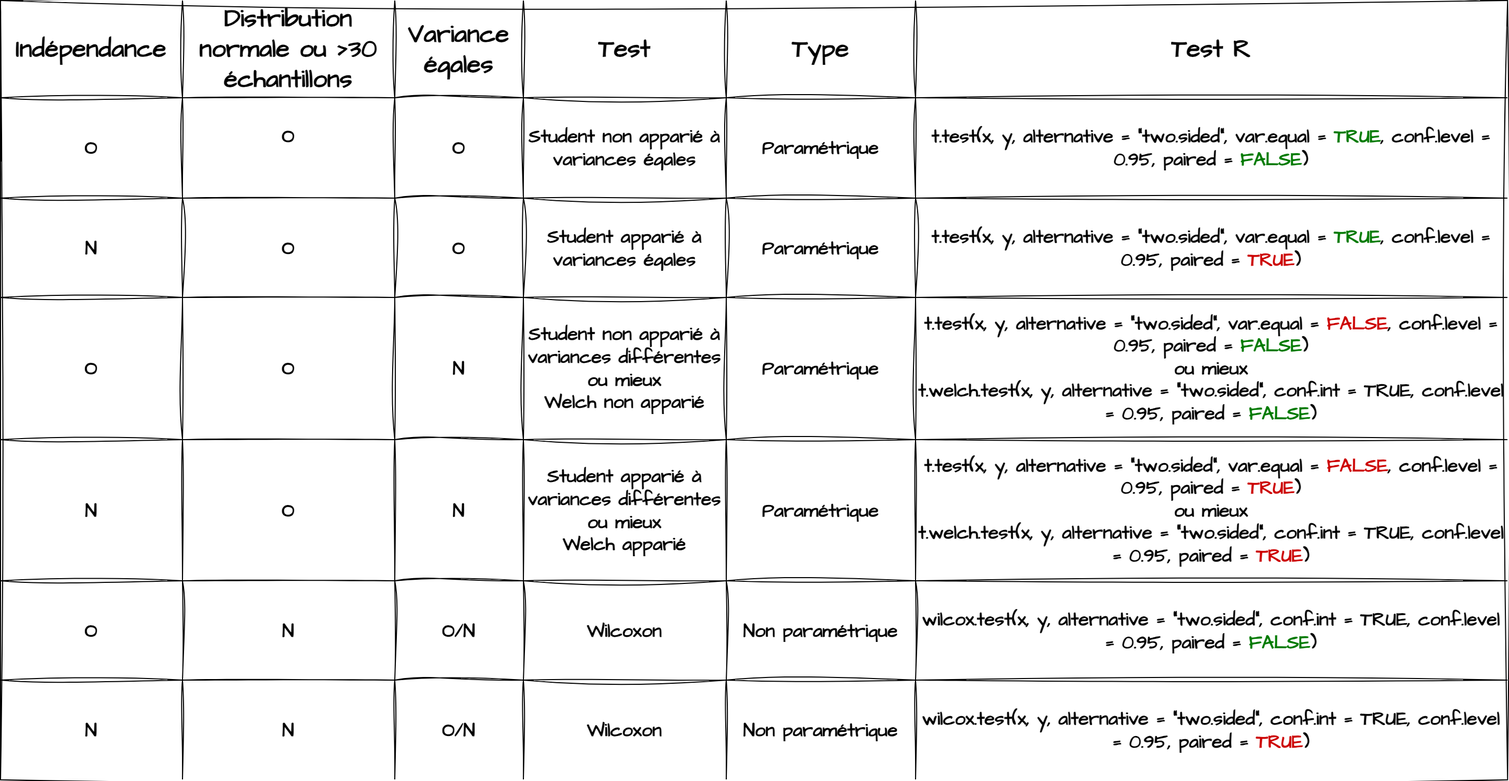
Earlier version of the draw.io export img/t-test-diagram.png (LouisManiere/statsmasterhbv). Source tidied: cells renumbered, new cells last; positions are measured from the earlier drawing's top-left corner, leaving out a move shared by most shapes.
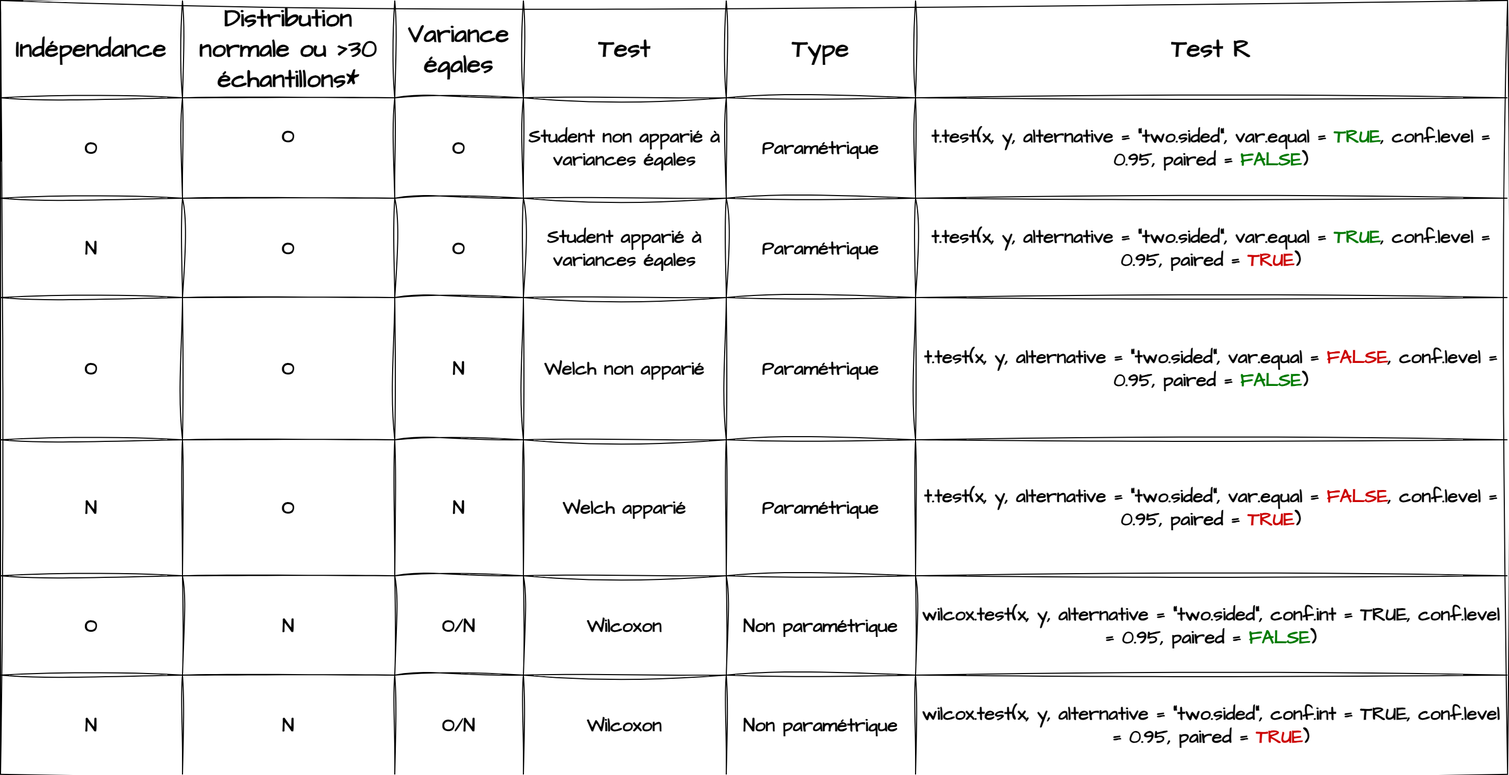
After the commit.

Diff of the diagram source:
```diff
@@ -3,7 +3,7 @@
     <mxCell id="0" />
     <mxCell id="1" parent="0" />
     <mxCell id="2" style="shape=table;startSize=0;fontSize=16;sketch=1;hachureGap=4;jiggle=2;curveFitting=1;fontFamily=Architects Daughter;fontSource=https%3A%2F%2Ffonts.googleapis.com%2Fcss%3Ffamily%3DArchitects%2BDaughter;" parent="1" vertex="1">
-      <mxGeometry width="1441.1" height="745.4" as="geometry" />
+      <mxGeometry width="1441.1" height="739.9" as="geometry" />
     </mxCell>
     <mxCell id="3" style="shape=tableRow;horizontal=0;startSize=0;swimlaneHead=0;swimlaneBody=0;strokeColor=inherit;top=0;left=0;bottom=0;right=0;fillColor=none;fontSize=16;sketch=1;hachureGap=4;jiggle=2;curveFitting=1;fontFamily=Architects Daughter;fontSource=https%3A%2F%2Ffonts.googleapis.com%2Fcss%3Ffamily%3DArchitects%2BDaughter;" parent="2" vertex="1">
       <mxGeometry width="1441.1" height="93" as="geometry" />
@@ -11,7 +11,7 @@
     <mxCell id="4" value="Indépendance" style="shape=partialRectangle;html=1;whiteSpace=wrap;strokeColor=inherit;overflow=hidden;fillColor=none;top=0;left=0;bottom=0;right=0;fontSize=24;sketch=1;hachureGap=4;jiggle=2;curveFitting=1;fontFamily=Architects Daughter;fontSource=https%3A%2F%2Ffonts.googleapis.com%2Fcss%3Ffamily%3DArchitects%2BDaughter;fontStyle=1;" parent="3" vertex="1">
       <mxGeometry width="174" height="93" as="geometry" />
     </mxCell>
-    <mxCell id="5" value="Distribution normale &lt;span style=&quot;font-size: 24px;&quot;&gt;ou &lt;/span&gt;&amp;gt;30 échantillons" style="shape=partialRectangle;html=1;whiteSpace=wrap;strokeColor=inherit;overflow=hidden;fillColor=none;top=0;left=0;bottom=0;right=0;fontSize=24;sketch=1;hachureGap=4;jiggle=2;curveFitting=1;fontFamily=Architects Daughter;fontSource=https%3A%2F%2Ffonts.googleapis.com%2Fcss%3Ffamily%3DArchitects%2BDaughter;fontStyle=1;" parent="3" vertex="1">
+    <mxCell id="5" value="Distribution normale &lt;span style=&quot;font-size: 24px;&quot;&gt;ou &lt;/span&gt;&amp;gt;30 échantillons*" style="shape=partialRectangle;html=1;whiteSpace=wrap;strokeColor=inherit;overflow=hidden;fillColor=none;top=0;left=0;bottom=0;right=0;fontSize=24;sketch=1;hachureGap=4;jiggle=2;curveFitting=1;fontFamily=Architects Daughter;fontSource=https%3A%2F%2Ffonts.googleapis.com%2Fcss%3Ffamily%3DArchitects%2BDaughter;fontStyle=1;" parent="3" vertex="1">
       <mxGeometry x="174" width="203" height="93" as="geometry" />
     </mxCell>
     <mxCell id="6" value="Variance égales" style="shape=partialRectangle;html=1;whiteSpace=wrap;strokeColor=inherit;overflow=hidden;fillColor=none;top=0;left=0;bottom=0;right=0;fontSize=24;sketch=1;hachureGap=4;jiggle=2;curveFitting=1;fontFamily=Architects Daughter;fontSource=https%3A%2F%2Ffonts.googleapis.com%2Fcss%3Ffamily%3DArchitects%2BDaughter;fontStyle=1;" parent="3" vertex="1">
@@ -80,38 +80,38 @@
     <mxCell id="27" value="N" style="shape=partialRectangle;html=1;whiteSpace=wrap;strokeColor=inherit;overflow=hidden;fillColor=none;top=0;left=0;bottom=0;right=0;fontSize=18;sketch=1;hachureGap=4;jiggle=2;curveFitting=1;fontFamily=Architects Daughter;fontSource=https%3A%2F%2Ffonts.googleapis.com%2Fcss%3Ffamily%3DArchitects%2BDaughter;fontStyle=1;" parent="24" vertex="1">
       <mxGeometry x="377" width="123" height="136" as="geometry" />
     </mxCell>
-    <mxCell id="28" value="Student non apparié à variances différentes&lt;br style=&quot;font-size: 18px;&quot;&gt;ou mieux&lt;br style=&quot;font-size: 18px;&quot;&gt;Welch non apparié" style="shape=partialRectangle;html=1;whiteSpace=wrap;strokeColor=inherit;overflow=hidden;fillColor=none;top=0;left=0;bottom=0;right=0;fontSize=18;sketch=1;hachureGap=4;jiggle=2;curveFitting=1;fontFamily=Architects Daughter;fontSource=https%3A%2F%2Ffonts.googleapis.com%2Fcss%3Ffamily%3DArchitects%2BDaughter;fontStyle=1;" parent="24" vertex="1">
+    <mxCell id="28" value="Welch non apparié" style="shape=partialRectangle;html=1;whiteSpace=wrap;strokeColor=inherit;overflow=hidden;fillColor=none;top=0;left=0;bottom=0;right=0;fontSize=18;sketch=1;hachureGap=4;jiggle=2;curveFitting=1;fontFamily=Architects Daughter;fontSource=https%3A%2F%2Ffonts.googleapis.com%2Fcss%3Ffamily%3DArchitects%2BDaughter;fontStyle=1;" parent="24" vertex="1">
       <mxGeometry x="500" width="194" height="136" as="geometry" />
     </mxCell>
     <mxCell id="29" value="Paramétrique" style="shape=partialRectangle;html=1;whiteSpace=wrap;strokeColor=inherit;overflow=hidden;fillColor=none;top=0;left=0;bottom=0;right=0;fontSize=18;sketch=1;hachureGap=4;jiggle=2;curveFitting=1;fontFamily=Architects Daughter;fontSource=https%3A%2F%2Ffonts.googleapis.com%2Fcss%3Ffamily%3DArchitects%2BDaughter;fontStyle=1;" parent="24" vertex="1">
       <mxGeometry x="694" width="181" height="136" as="geometry" />
     </mxCell>
-    <mxCell id="30" value="t.test(x, y, alternative = &quot;two.sided&quot;, var.equal =&amp;nbsp;&lt;span style=&quot;font-size: 18px;&quot;&gt;&lt;font color=&quot;#cc0000&quot;&gt;FALSE&lt;/font&gt;&lt;/span&gt;, conf.level = 0.95, paired =&amp;nbsp;&lt;span style=&quot;font-size: 18px;&quot;&gt;&lt;font color=&quot;#007a00&quot;&gt;FALSE&lt;/font&gt;&lt;/span&gt;)&lt;div style=&quot;font-size: 18px;&quot;&gt;&lt;span style=&quot;font-size: 18px;&quot;&gt;ou mieux&lt;/span&gt;&lt;br style=&quot;font-size: 18px;&quot;&gt;t.welch.test(x, y, alternative = &quot;two.sided&quot;, conf.int = TRUE, conf.level = 0.95, paired = &lt;span style=&quot;font-size: 18px;&quot;&gt;&lt;font color=&quot;#007a00&quot;&gt;FALSE&lt;/font&gt;&lt;/span&gt;)&lt;br style=&quot;font-size: 18px;&quot;&gt;&lt;/div&gt;" style="shape=partialRectangle;html=1;whiteSpace=wrap;strokeColor=inherit;overflow=hidden;fillColor=none;top=0;left=0;bottom=0;right=0;fontSize=18;sketch=1;hachureGap=4;jiggle=2;curveFitting=1;fontFamily=Architects Daughter;fontSource=https%3A%2F%2Ffonts.googleapis.com%2Fcss%3Ffamily%3DArchitects%2BDaughter;fontStyle=1;" parent="24" vertex="1">
+    <mxCell id="30" value="t.test(x, y, alternative = &quot;two.sided&quot;, var.equal =&amp;nbsp;&lt;span style=&quot;font-size: 18px;&quot;&gt;&lt;font color=&quot;#cc0000&quot;&gt;FALSE&lt;/font&gt;&lt;/span&gt;, conf.level = 0.95, paired =&amp;nbsp;&lt;span style=&quot;font-size: 18px;&quot;&gt;&lt;font color=&quot;#007a00&quot;&gt;FALSE&lt;/font&gt;&lt;/span&gt;)" style="shape=partialRectangle;html=1;whiteSpace=wrap;strokeColor=inherit;overflow=hidden;fillColor=none;top=0;left=0;bottom=0;right=0;fontSize=18;sketch=1;hachureGap=4;jiggle=2;curveFitting=1;fontFamily=Architects Daughter;fontSource=https%3A%2F%2Ffonts.googleapis.com%2Fcss%3Ffamily%3DArchitects%2BDaughter;fontStyle=1;" parent="24" vertex="1">
       <mxGeometry x="875" width="566" height="136" as="geometry" />
     </mxCell>
     <mxCell id="31" style="shape=tableRow;horizontal=0;startSize=0;swimlaneHead=0;swimlaneBody=0;strokeColor=inherit;top=0;left=0;bottom=0;right=0;fillColor=none;fontSize=16;sketch=1;hachureGap=4;jiggle=2;curveFitting=1;fontFamily=Architects Daughter;fontSource=https%3A%2F%2Ffonts.googleapis.com%2Fcss%3Ffamily%3DArchitects%2BDaughter;" parent="2" vertex="1">
-      <mxGeometry y="420" width="1441.1" height="135" as="geometry" />
+      <mxGeometry y="420" width="1441.1" height="130" as="geometry" />
     </mxCell>
     <mxCell id="32" value="N" style="shape=partialRectangle;html=1;whiteSpace=wrap;strokeColor=inherit;overflow=hidden;fillColor=none;top=0;left=0;bottom=0;right=0;fontSize=18;sketch=1;hachureGap=4;jiggle=2;curveFitting=1;fontFamily=Architects Daughter;fontSource=https%3A%2F%2Ffonts.googleapis.com%2Fcss%3Ffamily%3DArchitects%2BDaughter;fontStyle=1;" parent="31" vertex="1">
-      <mxGeometry width="174" height="135" as="geometry" />
+      <mxGeometry width="174" height="130" as="geometry" />
     </mxCell>
     <mxCell id="33" value="O" style="shape=partialRectangle;html=1;whiteSpace=wrap;strokeColor=inherit;overflow=hidden;fillColor=none;top=0;left=0;bottom=0;right=0;fontSize=18;sketch=1;hachureGap=4;jiggle=2;curveFitting=1;fontFamily=Architects Daughter;fontSource=https%3A%2F%2Ffonts.googleapis.com%2Fcss%3Ffamily%3DArchitects%2BDaughter;fontStyle=1;" parent="31" vertex="1">
-      <mxGeometry x="174" width="203" height="135" as="geometry" />
+      <mxGeometry x="174" width="203" height="130" as="geometry" />
     </mxCell>
     <mxCell id="34" value="N" style="shape=partialRectangle;html=1;whiteSpace=wrap;strokeColor=inherit;overflow=hidden;fillColor=none;top=0;left=0;bottom=0;right=0;fontSize=18;sketch=1;hachureGap=4;jiggle=2;curveFitting=1;fontFamily=Architects Daughter;fontSource=https%3A%2F%2Ffonts.googleapis.com%2Fcss%3Ffamily%3DArchitects%2BDaughter;fontStyle=1;" parent="31" vertex="1">
-      <mxGeometry x="377" width="123" height="135" as="geometry" />
+      <mxGeometry x="377" width="123" height="130" as="geometry" />
     </mxCell>
-    <mxCell id="35" value="Student apparié à variances différentes&lt;div style=&quot;font-size: 18px;&quot;&gt;ou mieux&lt;/div&gt;&lt;div style=&quot;font-size: 18px;&quot;&gt;Welch apparié&lt;/div&gt;" style="shape=partialRectangle;html=1;whiteSpace=wrap;strokeColor=inherit;overflow=hidden;fillColor=none;top=0;left=0;bottom=0;right=0;fontSize=18;sketch=1;hachureGap=4;jiggle=2;curveFitting=1;fontFamily=Architects Daughter;fontSource=https%3A%2F%2Ffonts.googleapis.com%2Fcss%3Ffamily%3DArchitects%2BDaughter;fontStyle=1;" parent="31" vertex="1">
-      <mxGeometry x="500" width="194" height="135" as="geometry" />
+    <mxCell id="35" value="&lt;div style=&quot;font-size: 18px;&quot;&gt;Welch apparié&lt;/div&gt;" style="shape=partialRectangle;html=1;whiteSpace=wrap;strokeColor=inherit;overflow=hidden;fillColor=none;top=0;left=0;bottom=0;right=0;fontSize=18;sketch=1;hachureGap=4;jiggle=2;curveFitting=1;fontFamily=Architects Daughter;fontSource=https%3A%2F%2Ffonts.googleapis.com%2Fcss%3Ffamily%3DArchitects%2BDaughter;fontStyle=1;" parent="31" vertex="1">
+      <mxGeometry x="500" width="194" height="130" as="geometry" />
     </mxCell>
     <mxCell id="36" value="Paramétrique" style="shape=partialRectangle;html=1;whiteSpace=wrap;strokeColor=inherit;overflow=hidden;fillColor=none;top=0;left=0;bottom=0;right=0;fontSize=18;sketch=1;hachureGap=4;jiggle=2;curveFitting=1;fontFamily=Architects Daughter;fontSource=https%3A%2F%2Ffonts.googleapis.com%2Fcss%3Ffamily%3DArchitects%2BDaughter;fontStyle=1;" parent="31" vertex="1">
-      <mxGeometry x="694" width="181" height="135" as="geometry" />
+      <mxGeometry x="694" width="181" height="130" as="geometry" />
     </mxCell>
-    <mxCell id="37" value="t.test(x, y, alternative = &quot;two.sided&quot;, var.equal =&amp;nbsp;&lt;span style=&quot;font-size: 18px;&quot;&gt;&lt;font color=&quot;#cc0000&quot;&gt;FALSE&lt;/font&gt;&lt;/span&gt;, conf.level = 0.95, paired =&amp;nbsp;&lt;span style=&quot;font-size: 18px;&quot;&gt;&lt;font color=&quot;#cc0000&quot;&gt;TRUE&lt;/font&gt;&lt;/span&gt;)&lt;div style=&quot;font-size: 18px;&quot;&gt;&lt;span style=&quot;font-size: 18px;&quot;&gt;ou mieux&lt;/span&gt;&lt;br style=&quot;font-size: 18px;&quot;&gt;t.welch.test(x, y, alternative = &quot;two.sided&quot;, conf.int = TRUE, conf.level = 0.95, paired = &lt;span style=&quot;font-size: 18px;&quot;&gt;&lt;font color=&quot;#cc0000&quot;&gt;TRUE&lt;/font&gt;&lt;/span&gt;)&lt;/div&gt;" style="shape=partialRectangle;html=1;whiteSpace=wrap;strokeColor=inherit;overflow=hidden;fillColor=none;top=0;left=0;bottom=0;right=0;fontSize=18;sketch=1;hachureGap=4;jiggle=2;curveFitting=1;fontFamily=Architects Daughter;fontSource=https%3A%2F%2Ffonts.googleapis.com%2Fcss%3Ffamily%3DArchitects%2BDaughter;fontStyle=1;" parent="31" vertex="1">
-      <mxGeometry x="875" width="566" height="135" as="geometry" />
+    <mxCell id="37" value="t.test(x, y, alternative = &quot;two.sided&quot;, var.equal =&amp;nbsp;&lt;span style=&quot;font-size: 18px;&quot;&gt;&lt;font color=&quot;#cc0000&quot;&gt;FALSE&lt;/font&gt;&lt;/span&gt;, conf.level = 0.95, paired =&amp;nbsp;&lt;span style=&quot;font-size: 18px;&quot;&gt;&lt;font color=&quot;#cc0000&quot;&gt;TRUE&lt;/font&gt;&lt;/span&gt;)" style="shape=partialRectangle;html=1;whiteSpace=wrap;strokeColor=inherit;overflow=hidden;fillColor=none;top=0;left=0;bottom=0;right=0;fontSize=18;sketch=1;hachureGap=4;jiggle=2;curveFitting=1;fontFamily=Architects Daughter;fontSource=https%3A%2F%2Ffonts.googleapis.com%2Fcss%3Ffamily%3DArchitects%2BDaughter;fontStyle=1;" parent="31" vertex="1">
+      <mxGeometry x="875" width="566" height="130" as="geometry" />
     </mxCell>
     <mxCell id="38" style="shape=tableRow;horizontal=0;startSize=0;swimlaneHead=0;swimlaneBody=0;strokeColor=inherit;top=0;left=0;bottom=0;right=0;fillColor=none;fontSize=16;sketch=1;hachureGap=4;jiggle=2;curveFitting=1;fontFamily=Architects Daughter;fontSource=https%3A%2F%2Ffonts.googleapis.com%2Fcss%3Ffamily%3DArchitects%2BDaughter;" parent="2" vertex="1">
-      <mxGeometry y="555" width="1441.1" height="95" as="geometry" />
+      <mxGeometry y="550" width="1441.1" height="95" as="geometry" />
     </mxCell>
     <mxCell id="39" value="O" style="shape=partialRectangle;html=1;whiteSpace=wrap;strokeColor=inherit;overflow=hidden;fillColor=none;top=0;left=0;bottom=0;right=0;fontSize=18;sketch=1;hachureGap=4;jiggle=2;curveFitting=1;fontFamily=Architects Daughter;fontSource=https%3A%2F%2Ffonts.googleapis.com%2Fcss%3Ffamily%3DArchitects%2BDaughter;fontStyle=1;" parent="38" vertex="1">
       <mxGeometry width="174" height="95" as="geometry" />
@@ -132,7 +132,7 @@
       <mxGeometry x="875" width="566" height="95" as="geometry" />
     </mxCell>
     <mxCell id="45" style="shape=tableRow;horizontal=0;startSize=0;swimlaneHead=0;swimlaneBody=0;strokeColor=inherit;top=0;left=0;bottom=0;right=0;fillColor=none;fontSize=16;sketch=1;hachureGap=4;jiggle=2;curveFitting=1;fontFamily=Architects Daughter;fontSource=https%3A%2F%2Ffonts.googleapis.com%2Fcss%3Ffamily%3DArchitects%2BDaughter;" parent="2" vertex="1">
-      <mxGeometry y="650" width="1441.1" height="95" as="geometry" />
+      <mxGeometry y="645" width="1441.1" height="95" as="geometry" />
     </mxCell>
     <mxCell id="46" value="N" style="shape=partialRectangle;html=1;whiteSpace=wrap;strokeColor=inherit;overflow=hidden;fillColor=none;top=0;left=0;bottom=0;right=0;fontSize=18;sketch=1;hachureGap=4;jiggle=2;curveFitting=1;fontFamily=Architects Daughter;fontSource=https%3A%2F%2Ffonts.googleapis.com%2Fcss%3Ffamily%3DArchitects%2BDaughter;fontStyle=1;" parent="45" vertex="1">
       <mxGeometry width="174" height="95" as="geometry" />
```
